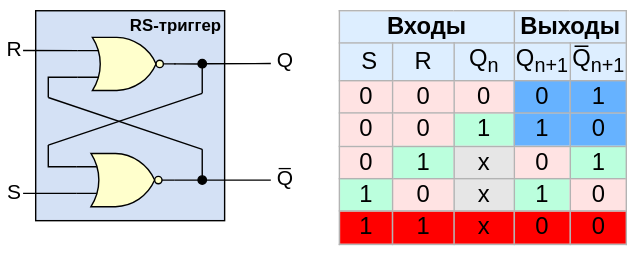
Earlier version of the draw.io export .pic/Introduction/Sequential logic/fig_03.drawio.svg (MPSU/APS). Source tidied: cells renumbered, new cells last; positions are measured from the earlier drawing's top-left corner, leaving out a move shared by most shapes.
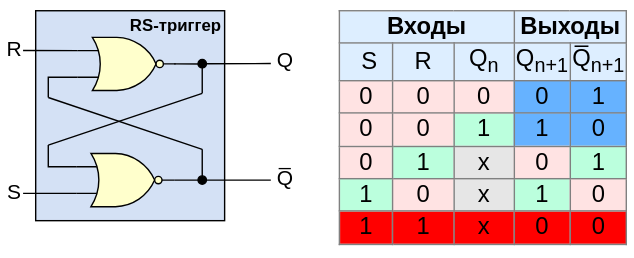
Above is the later version.

The edit, as a diff of the source:
```diff
@@ -79,7 +79,7 @@
     <mxCell id="18" value="R" style="text;html=1;strokeColor=none;fillColor=none;align=center;verticalAlign=middle;whiteSpace=wrap;rounded=0;fontSize=15;spacingTop=-5;" parent="1" vertex="1">
       <mxGeometry y="28" width="20" height="17" as="geometry" />
     </mxCell>
-    <mxCell id="19" value="&lt;table border=&quot;1&quot; class=&quot;wikitable&quot; style=&quot;text-align: center; font-size: 17px; border: 1px solid rgb(179, 179, 179); border-collapse: collapse;&quot; id=&quot;mwAjk&quot;&gt;&lt;tbody id=&quot;mwAjs&quot;&gt;&lt;tr style=&quot;background:#def;&quot; id=&quot;mwAjw&quot;&gt;&lt;td colspan=&quot;3&quot;&gt;&lt;b&gt;Входы&lt;/b&gt;&lt;/td&gt;&lt;td colspan=&quot;2&quot; id=&quot;mwAj8&quot;&gt;&lt;b id=&quot;mwAkA&quot;&gt;&lt;font style=&quot;font-size: 17px;&quot;&gt;Выходы&lt;/font&gt;&lt;/b&gt;&lt;/td&gt;&lt;/tr&gt;&lt;tr style=&quot;background:#def;&quot; id=&quot;mwAkE&quot;&gt;&lt;td&gt;&amp;nbsp; &amp;nbsp;S&amp;nbsp;&amp;nbsp;&lt;/td&gt;&lt;td id=&quot;mwAkI&quot;&gt;&lt;font style=&quot;font-size: 17px;&quot;&gt;&amp;nbsp; &amp;nbsp;R&amp;nbsp; &amp;nbsp;&lt;/font&gt;&lt;/td&gt;&lt;td id=&quot;mwAkM&quot;&gt;&lt;font style=&quot;font-size: 17px;&quot;&gt;&amp;nbsp; Q&lt;sub&gt;n&lt;/sub&gt;&amp;nbsp;&amp;nbsp;&lt;/font&gt;&lt;/td&gt;&lt;td id=&quot;mwAkQ&quot;&gt;Q&lt;sub&gt;n+1&lt;/sub&gt;&lt;br&gt;&lt;/td&gt;&lt;td id=&quot;mwAkU&quot;&gt;Q̅&lt;sub&gt;n+1&lt;/sub&gt;&lt;br&gt;&lt;/td&gt;&lt;/tr&gt;&lt;tr id=&quot;mwAko&quot;&gt;&lt;td style=&quot;background-color: rgb(255, 227, 227);&quot;&gt;0&lt;/td&gt;&lt;td style=&quot;background-color: rgb(255, 227, 227);&quot; id=&quot;mwAks&quot;&gt;&lt;font style=&quot;font-size: 17px;&quot;&gt;0&lt;/font&gt;&lt;/td&gt;&lt;td style=&quot;background-color: rgb(255, 227, 227);&quot; id=&quot;mwAkw&quot;&gt;&lt;font style=&quot;font-size: 17px;&quot;&gt;0&lt;/font&gt;&lt;/td&gt;&lt;td style=&quot;background: rgb(102, 178, 255); color: black; vertical-align: middle; text-align: center;&quot; class=&quot;table-no2&quot; data-mw=&quot;{&amp;quot;parts&amp;quot;:[&amp;quot;|| &amp;quot;,{&amp;quot;template&amp;quot;:{&amp;quot;target&amp;quot;:{&amp;quot;wt&amp;quot;:&amp;quot;no2&amp;quot;,&amp;quot;href&amp;quot;:&amp;quot;./Template:No2&amp;quot;},&amp;quot;params&amp;quot;:{&amp;quot;1&amp;quot;:{&amp;quot;wt&amp;quot;:&amp;quot;0&amp;quot;}},&amp;quot;i&amp;quot;:0}},&amp;quot; &amp;quot;]}&quot; id=&quot;mwASM&quot;&gt;&lt;font style=&quot;font-size: 17px;&quot;&gt;0&lt;/font&gt;&lt;/td&gt;&lt;td style=&quot;background: rgb(102, 178, 255); color: black; vertical-align: middle; text-align: center;&quot; class=&quot;table-yes2&quot; data-mw=&quot;{&amp;quot;parts&amp;quot;:[&amp;quot;|| &amp;quot;,{&amp;quot;template&amp;quot;:{&amp;quot;target&amp;quot;:{&amp;quot;wt&amp;quot;:&amp;quot;yes2&amp;quot;,&amp;quot;href&amp;quot;:&amp;quot;./Template:Yes2&amp;quot;},&amp;quot;params&amp;quot;:{&amp;quot;1&amp;quot;:{&amp;quot;wt&amp;quot;:&amp;quot;1&amp;quot;}},&amp;quot;i&amp;quot;:0}},&amp;quot; &amp;quot;]}&quot; id=&quot;mwASc&quot;&gt;&lt;font style=&quot;font-size: 17px;&quot;&gt;1&lt;/font&gt;&lt;/td&gt;&lt;/tr&gt;&lt;tr id=&quot;mwAlM&quot;&gt;&lt;td style=&quot;background-color: rgb(255, 227, 227);&quot;&gt;0&lt;/td&gt;&lt;td style=&quot;background-color: rgb(255, 227, 227);&quot; id=&quot;mwAlQ&quot;&gt;&lt;font style=&quot;font-size: 17px;&quot;&gt;0&lt;/font&gt;&lt;/td&gt;&lt;td style=&quot;background-color: rgb(187, 255, 221);&quot; id=&quot;mwAlU&quot;&gt;&lt;font style=&quot;font-size: 17px;&quot;&gt;1&lt;/font&gt;&lt;/td&gt;&lt;td style=&quot;background: rgb(102, 178, 255); color: black; vertical-align: middle; text-align: center;&quot; class=&quot;table-no2&quot; data-mw=&quot;{&amp;quot;parts&amp;quot;:[&amp;quot;|| &amp;quot;,{&amp;quot;template&amp;quot;:{&amp;quot;target&amp;quot;:{&amp;quot;wt&amp;quot;:&amp;quot;no2&amp;quot;,&amp;quot;href&amp;quot;:&amp;quot;./Template:No2&amp;quot;},&amp;quot;params&amp;quot;:{&amp;quot;1&amp;quot;:{&amp;quot;wt&amp;quot;:&amp;quot;0&amp;quot;}},&amp;quot;i&amp;quot;:0}},&amp;quot; &amp;quot;]}&quot; id=&quot;mwASM&quot;&gt;1&lt;/td&gt;&lt;td style=&quot;background: rgb(102, 178, 255); color: black; vertical-align: middle; text-align: center;&quot; class=&quot;table-yes2&quot; data-mw=&quot;{&amp;quot;parts&amp;quot;:[&amp;quot;|| &amp;quot;,{&amp;quot;template&amp;quot;:{&amp;quot;target&amp;quot;:{&amp;quot;wt&amp;quot;:&amp;quot;yes2&amp;quot;,&amp;quot;href&amp;quot;:&amp;quot;./Template:Yes2&amp;quot;},&amp;quot;params&amp;quot;:{&amp;quot;1&amp;quot;:{&amp;quot;wt&amp;quot;:&amp;quot;1&amp;quot;}},&amp;quot;i&amp;quot;:0}},&amp;quot; &amp;quot;]}&quot; id=&quot;mwASc&quot;&gt;&lt;font style=&quot;font-size: 17px;&quot;&gt;0&lt;/font&gt;&lt;/td&gt;&lt;/tr&gt;&lt;tr id=&quot;mwAlw&quot;&gt;&lt;td style=&quot;background-color: rgb(255, 227, 227);&quot;&gt;0&lt;/td&gt;&lt;td style=&quot;background-color: rgb(187, 255, 221);&quot; id=&quot;mwAl0&quot;&gt;&lt;font style=&quot;font-size: 17px;&quot;&gt;1&lt;/font&gt;&lt;/td&gt;&lt;td style=&quot;background-color: rgb(230, 230, 230);&quot; id=&quot;mwAl4&quot;&gt;x&lt;/td&gt;&lt;td style=&quot;background: #FFE3E3; color: black; vertical-align: middle; text-align: center;&quot; class=&quot;table-no2&quot; data-mw=&quot;{&amp;quot;parts&amp;quot;:[&amp;quot;|| &amp;quot;,{&amp;quot;template&amp;quot;:{&amp;quot;target&amp;quot;:{&amp;quot;wt&amp;quot;:&amp;quot;no2&amp;quot;,&amp;quot;href&amp;quot;:&amp;quot;./Template:No2&amp;quot;},&amp;quot;params&amp;quot;:{&amp;quot;1&amp;quot;:{&amp;quot;wt&amp;quot;:&amp;quot;0&amp;quot;}},&amp;quot;i&amp;quot;:0}},&amp;quot; &amp;quot;]}&quot; id=&quot;mwASM&quot;&gt;&lt;font style=&quot;font-size: 17px;&quot;&gt;0&lt;/font&gt;&lt;/td&gt;&lt;td style=&quot;background:#bfd; color:black; vertical-align:middle; text-align:center;&quot; class=&quot;table-yes2&quot; data-mw=&quot;{&amp;quot;parts&amp;quot;:[&amp;quot;|| &amp;quot;,{&amp;quot;template&amp;quot;:{&amp;quot;target&amp;quot;:{&amp;quot;wt&amp;quot;:&amp;quot;yes2&amp;quot;,&amp;quot;href&amp;quot;:&amp;quot;./Template:Yes2&amp;quot;},&amp;quot;params&amp;quot;:{&amp;quot;1&amp;quot;:{&amp;quot;wt&amp;quot;:&amp;quot;1&amp;quot;}},&amp;quot;i&amp;quot;:0}},&amp;quot; &amp;quot;]}&quot; id=&quot;mwASc&quot;&gt;&lt;font style=&quot;font-size: 17px;&quot;&gt;1&lt;/font&gt;&lt;/td&gt;&lt;/tr&gt;&lt;tr id=&quot;mwAmU&quot;&gt;&lt;td style=&quot;background-color: rgb(187, 255, 221);&quot;&gt;1&lt;/td&gt;&lt;td style=&quot;background-color: rgb(255, 227, 227);&quot; id=&quot;mwAmY&quot;&gt;&lt;font style=&quot;font-size: 17px;&quot;&gt;0&lt;/font&gt;&lt;/td&gt;&lt;td style=&quot;background-color: rgb(230, 230, 230);&quot; id=&quot;mwAmc&quot;&gt;&lt;font style=&quot;font-size: 17px;&quot;&gt;x&lt;/font&gt;&lt;/td&gt;&lt;td style=&quot;background:#bfd; color:black; vertical-align:middle; text-align:center;&quot; class=&quot;table-yes2&quot; data-mw=&quot;{&amp;quot;parts&amp;quot;:[&amp;quot;|| &amp;quot;,{&amp;quot;template&amp;quot;:{&amp;quot;target&amp;quot;:{&amp;quot;wt&amp;quot;:&amp;quot;yes2&amp;quot;,&amp;quot;href&amp;quot;:&amp;quot;./Template:Yes2&amp;quot;},&amp;quot;params&amp;quot;:{&amp;quot;1&amp;quot;:{&amp;quot;wt&amp;quot;:&amp;quot;1&amp;quot;}},&amp;quot;i&amp;quot;:0}},&amp;quot; &amp;quot;]}&quot; id=&quot;mwASc&quot;&gt;&lt;font style=&quot;font-size: 17px;&quot;&gt;1&lt;/font&gt;&lt;/td&gt;&lt;td style=&quot;background: #FFE3E3; color: black; vertical-align: middle; text-align: center;&quot; class=&quot;table-no2&quot; data-mw=&quot;{&amp;quot;parts&amp;quot;:[&amp;quot;|| &amp;quot;,{&amp;quot;template&amp;quot;:{&amp;quot;target&amp;quot;:{&amp;quot;wt&amp;quot;:&amp;quot;no2&amp;quot;,&amp;quot;href&amp;quot;:&amp;quot;./Template:No2&amp;quot;},&amp;quot;params&amp;quot;:{&amp;quot;1&amp;quot;:{&amp;quot;wt&amp;quot;:&amp;quot;0&amp;quot;}},&amp;quot;i&amp;quot;:0}},&amp;quot; &amp;quot;]}&quot; id=&quot;mwASM&quot;&gt;&lt;font style=&quot;font-size: 17px;&quot;&gt;0&lt;/font&gt;&lt;/td&gt;&lt;/tr&gt;&lt;tr&gt;&lt;td style=&quot;background-color: rgb(255, 0, 0);&quot;&gt;1&lt;/td&gt;&lt;td style=&quot;background-color: rgb(255, 0, 0);&quot;&gt;1&lt;/td&gt;&lt;td style=&quot;background-color: rgb(255, 0, 0);&quot;&gt;x&lt;/td&gt;&lt;td style=&quot;background-color: rgb(255, 0, 0);&quot;&gt;0&lt;/td&gt;&lt;td style=&quot;background-color: rgb(255, 0, 0);&quot;&gt;0&lt;/td&gt;&lt;/tr&gt;&lt;/tbody&gt;&lt;/table&gt;" style="text;whiteSpace=wrap;html=1;" parent="1" vertex="1">
+    <mxCell id="19" value="&lt;table border=&quot;1&quot; class=&quot;wikitable&quot; style=&quot;text-align: center; font-size: 17px; border: 1px solid rgb(128, 128, 128); border-collapse: collapse;&quot; id=&quot;mwAjk&quot;&gt;&lt;tbody id=&quot;mwAjs&quot;&gt;&lt;tr style=&quot;background:#def;&quot; id=&quot;mwAjw&quot;&gt;&lt;td colspan=&quot;3&quot; style=&quot;border: 1px solid rgb(128, 128, 128);&quot;&gt;&lt;b&gt;Входы&lt;/b&gt;&lt;/td&gt;&lt;td colspan=&quot;2&quot; id=&quot;mwAj8&quot; style=&quot;border: 1px solid rgb(128, 128, 128);&quot;&gt;&lt;b id=&quot;mwAkA&quot;&gt;&lt;font style=&quot;font-size: 17px;&quot;&gt;Выходы&lt;/font&gt;&lt;/b&gt;&lt;/td&gt;&lt;/tr&gt;&lt;tr style=&quot;background:#def;&quot; id=&quot;mwAkE&quot;&gt;&lt;td style=&quot;border: 1px solid rgb(128, 128, 128);&quot;&gt;&amp;nbsp; &amp;nbsp;S&amp;nbsp;&amp;nbsp;&lt;/td&gt;&lt;td id=&quot;mwAkI&quot; style=&quot;border: 1px solid rgb(128, 128, 128);&quot;&gt;&lt;font style=&quot;font-size: 17px;&quot;&gt;&amp;nbsp; &amp;nbsp;R&amp;nbsp; &amp;nbsp;&lt;/font&gt;&lt;/td&gt;&lt;td id=&quot;mwAkM&quot; style=&quot;border: 1px solid rgb(128, 128, 128);&quot;&gt;&lt;font style=&quot;font-size: 17px;&quot;&gt;&amp;nbsp; Q&lt;sub&gt;n&lt;/sub&gt;&amp;nbsp;&amp;nbsp;&lt;/font&gt;&lt;/td&gt;&lt;td id=&quot;mwAkQ&quot; style=&quot;border: 1px solid rgb(128, 128, 128);&quot;&gt;Q&lt;sub&gt;n+1&lt;/sub&gt;&lt;br&gt;&lt;/td&gt;&lt;td id=&quot;mwAkU&quot; style=&quot;border: 1px solid rgb(128, 128, 128);&quot;&gt;Q̅&lt;sub&gt;n+1&lt;/sub&gt;&lt;br&gt;&lt;/td&gt;&lt;/tr&gt;&lt;tr id=&quot;mwAko&quot;&gt;&lt;td style=&quot;background-color: rgb(255, 227, 227); border: 1px solid rgb(128, 128, 128);&quot;&gt;0&lt;/td&gt;&lt;td style=&quot;background-color: rgb(255, 227, 227); border: 1px solid rgb(128, 128, 128);&quot; id=&quot;mwAks&quot;&gt;&lt;font style=&quot;font-size: 17px;&quot;&gt;0&lt;/font&gt;&lt;/td&gt;&lt;td style=&quot;background-color: rgb(255, 227, 227); border: 1px solid rgb(128, 128, 128);&quot; id=&quot;mwAkw&quot;&gt;&lt;font style=&quot;font-size: 17px;&quot;&gt;0&lt;/font&gt;&lt;/td&gt;&lt;td style=&quot;background: rgb(102, 178, 255); color: black; vertical-align: middle; text-align: center; border: 1px solid rgb(128, 128, 128);&quot; class=&quot;table-no2&quot; data-mw=&quot;{&amp;quot;parts&amp;quot;:[&amp;quot;|| &amp;quot;,{&amp;quot;template&amp;quot;:{&amp;quot;target&amp;quot;:{&amp;quot;wt&amp;quot;:&amp;quot;no2&amp;quot;,&amp;quot;href&amp;quot;:&amp;quot;./Template:No2&amp;quot;},&amp;quot;params&amp;quot;:{&amp;quot;1&amp;quot;:{&amp;quot;wt&amp;quot;:&amp;quot;0&amp;quot;}},&amp;quot;i&amp;quot;:0}},&amp;quot; &amp;quot;]}&quot; id=&quot;mwASM&quot;&gt;&lt;font style=&quot;font-size: 17px;&quot;&gt;0&lt;/font&gt;&lt;/td&gt;&lt;td style=&quot;background: rgb(102, 178, 255); color: black; vertical-align: middle; text-align: center; border: 1px solid rgb(128, 128, 128);&quot; class=&quot;table-yes2&quot; data-mw=&quot;{&amp;quot;parts&amp;quot;:[&amp;quot;|| &amp;quot;,{&amp;quot;template&amp;quot;:{&amp;quot;target&amp;quot;:{&amp;quot;wt&amp;quot;:&amp;quot;yes2&amp;quot;,&amp;quot;href&amp;quot;:&amp;quot;./Template:Yes2&amp;quot;},&amp;quot;params&amp;quot;:{&amp;quot;1&amp;quot;:{&amp;quot;wt&amp;quot;:&amp;quot;1&amp;quot;}},&amp;quot;i&amp;quot;:0}},&amp;quot; &amp;quot;]}&quot; id=&quot;mwASc&quot;&gt;&lt;font style=&quot;font-size: 17px;&quot;&gt;1&lt;/font&gt;&lt;/td&gt;&lt;/tr&gt;&lt;tr id=&quot;mwAlM&quot;&gt;&lt;td style=&quot;background-color: rgb(255, 227, 227); border: 1px solid rgb(128, 128, 128);&quot;&gt;0&lt;/td&gt;&lt;td style=&quot;background-color: rgb(255, 227, 227); border: 1px solid rgb(128, 128, 128);&quot; id=&quot;mwAlQ&quot;&gt;&lt;font style=&quot;font-size: 17px;&quot;&gt;0&lt;/font&gt;&lt;/td&gt;&lt;td style=&quot;background-color: rgb(187, 255, 221); border: 1px solid rgb(128, 128, 128);&quot; id=&quot;mwAlU&quot;&gt;&lt;font style=&quot;font-size: 17px;&quot;&gt;1&lt;/font&gt;&lt;/td&gt;&lt;td style=&quot;background: rgb(102, 178, 255); color: black; vertical-align: middle; text-align: center; border: 1px solid rgb(128, 128, 128);&quot; class=&quot;table-no2&quot; data-mw=&quot;{&amp;quot;parts&amp;quot;:[&amp;quot;|| &amp;quot;,{&amp;quot;template&amp;quot;:{&amp;quot;target&amp;quot;:{&amp;quot;wt&amp;quot;:&amp;quot;no2&amp;quot;,&amp;quot;href&amp;quot;:&amp;quot;./Template:No2&amp;quot;},&amp;quot;params&amp;quot;:{&amp;quot;1&amp;quot;:{&amp;quot;wt&amp;quot;:&amp;quot;0&amp;quot;}},&amp;quot;i&amp;quot;:0}},&amp;quot; &amp;quot;]}&quot; id=&quot;mwASM&quot;&gt;1&lt;/td&gt;&lt;td style=&quot;background: rgb(102, 178, 255); color: black; vertical-align: middle; text-align: center; border: 1px solid rgb(128, 128, 128);&quot; class=&quot;table-yes2&quot; data-mw=&quot;{&amp;quot;parts&amp;quot;:[&amp;quot;|| &amp;quot;,{&amp;quot;template&amp;quot;:{&amp;quot;target&amp;quot;:{&amp;quot;wt&amp;quot;:&amp;quot;yes2&amp;quot;,&amp;quot;href&amp;quot;:&amp;quot;./Template:Yes2&amp;quot;},&amp;quot;params&amp;quot;:{&amp;quot;1&amp;quot;:{&amp;quot;wt&amp;quot;:&amp;quot;1&amp;quot;}},&amp;quot;i&amp;quot;:0}},&amp;quot; &amp;quot;]}&quot; id=&quot;mwASc&quot;&gt;&lt;font style=&quot;font-size: 17px;&quot;&gt;0&lt;/font&gt;&lt;/td&gt;&lt;/tr&gt;&lt;tr id=&quot;mwAlw&quot;&gt;&lt;td style=&quot;background-color: rgb(255, 227, 227); border: 1px solid rgb(128, 128, 128);&quot;&gt;0&lt;/td&gt;&lt;td style=&quot;background-color: rgb(187, 255, 221); border: 1px solid rgb(128, 128, 128);&quot; id=&quot;mwAl0&quot;&gt;&lt;font style=&quot;font-size: 17px;&quot;&gt;1&lt;/font&gt;&lt;/td&gt;&lt;td style=&quot;background-color: rgb(230, 230, 230); border: 1px solid rgb(128, 128, 128);&quot; id=&quot;mwAl4&quot;&gt;x&lt;/td&gt;&lt;td style=&quot;background: #FFE3E3; color: black; vertical-align: middle; text-align: center; border: 1px solid rgb(128, 128, 128);&quot; class=&quot;table-no2&quot; data-mw=&quot;{&amp;quot;parts&amp;quot;:[&amp;quot;|| &amp;quot;,{&amp;quot;template&amp;quot;:{&amp;quot;target&amp;quot;:{&amp;quot;wt&amp;quot;:&amp;quot;no2&amp;quot;,&amp;quot;href&amp;quot;:&amp;quot;./Template:No2&amp;quot;},&amp;quot;params&amp;quot;:{&amp;quot;1&amp;quot;:{&amp;quot;wt&amp;quot;:&amp;quot;0&amp;quot;}},&amp;quot;i&amp;quot;:0}},&amp;quot; &amp;quot;]}&quot; id=&quot;mwASM&quot;&gt;&lt;font style=&quot;font-size: 17px;&quot;&gt;0&lt;/font&gt;&lt;/td&gt;&lt;td style=&quot;background:#bfd; color:black; vertical-align:middle; text-align:center; border: 1px solid rgb(128, 128, 128);&quot; class=&quot;table-yes2&quot; data-mw=&quot;{&amp;quot;parts&amp;quot;:[&amp;quot;|| &amp;quot;,{&amp;quot;template&amp;quot;:{&amp;quot;target&amp;quot;:{&amp;quot;wt&amp;quot;:&amp;quot;yes2&amp;quot;,&amp;quot;href&amp;quot;:&amp;quot;./Template:Yes2&amp;quot;},&amp;quot;params&amp;quot;:{&amp;quot;1&amp;quot;:{&amp;quot;wt&amp;quot;:&amp;quot;1&amp;quot;}},&amp;quot;i&amp;quot;:0}},&amp;quot; &amp;quot;]}&quot; id=&quot;mwASc&quot;&gt;&lt;font style=&quot;font-size: 17px;&quot;&gt;1&lt;/font&gt;&lt;/td&gt;&lt;/tr&gt;&lt;tr id=&quot;mwAmU&quot;&gt;&lt;td style=&quot;background-color: rgb(187, 255, 221); border: 1px solid rgb(128, 128, 128);&quot;&gt;1&lt;/td&gt;&lt;td style=&quot;background-color: rgb(255, 227, 227); border: 1px solid rgb(128, 128, 128);&quot; id=&quot;mwAmY&quot;&gt;&lt;font style=&quot;font-size: 17px;&quot;&gt;0&lt;/font&gt;&lt;/td&gt;&lt;td style=&quot;background-color: rgb(230, 230, 230); border: 1px solid rgb(128, 128, 128);&quot; id=&quot;mwAmc&quot;&gt;&lt;font style=&quot;font-size: 17px;&quot;&gt;x&lt;/font&gt;&lt;/td&gt;&lt;td style=&quot;background:#bfd; color:black; vertical-align:middle; text-align:center; border: 1px solid rgb(128, 128, 128);&quot; class=&quot;table-yes2&quot; data-mw=&quot;{&amp;quot;parts&amp;quot;:[&amp;quot;|| &amp;quot;,{&amp;quot;template&amp;quot;:{&amp;quot;target&amp;quot;:{&amp;quot;wt&amp;quot;:&amp;quot;yes2&amp;quot;,&amp;quot;href&amp;quot;:&amp;quot;./Template:Yes2&amp;quot;},&amp;quot;params&amp;quot;:{&amp;quot;1&amp;quot;:{&amp;quot;wt&amp;quot;:&amp;quot;1&amp;quot;}},&amp;quot;i&amp;quot;:0}},&amp;quot; &amp;quot;]}&quot; id=&quot;mwASc&quot;&gt;&lt;font style=&quot;font-size: 17px;&quot;&gt;1&lt;/font&gt;&lt;/td&gt;&lt;td style=&quot;background: #FFE3E3; color: black; vertical-align: middle; text-align: center; border: 1px solid rgb(128, 128, 128);&quot; class=&quot;table-no2&quot; data-mw=&quot;{&amp;quot;parts&amp;quot;:[&amp;quot;|| &amp;quot;,{&amp;quot;template&amp;quot;:{&amp;quot;target&amp;quot;:{&amp;quot;wt&amp;quot;:&amp;quot;no2&amp;quot;,&amp;quot;href&amp;quot;:&amp;quot;./Template:No2&amp;quot;},&amp;quot;params&amp;quot;:{&amp;quot;1&amp;quot;:{&amp;quot;wt&amp;quot;:&amp;quot;0&amp;quot;}},&amp;quot;i&amp;quot;:0}},&amp;quot; &amp;quot;]}&quot; id=&quot;mwASM&quot;&gt;&lt;font style=&quot;font-size: 17px;&quot;&gt;0&lt;/font&gt;&lt;/td&gt;&lt;/tr&gt;&lt;tr&gt;&lt;td style=&quot;background-color: rgb(255, 0, 0); border: 1px solid rgb(128, 128, 128);&quot;&gt;1&lt;/td&gt;&lt;td style=&quot;background-color: rgb(255, 0, 0); border: 1px solid rgb(128, 128, 128);&quot;&gt;1&lt;/td&gt;&lt;td style=&quot;background-color: rgb(255, 0, 0); border: 1px solid rgb(128, 128, 128);&quot;&gt;x&lt;/td&gt;&lt;td style=&quot;background-color: rgb(255, 0, 0); border: 1px solid rgb(128, 128, 128);&quot;&gt;0&lt;/td&gt;&lt;td style=&quot;background-color: rgb(255, 0, 0); border: 1px solid rgb(128, 128, 128);&quot;&gt;0&lt;/td&gt;&lt;/tr&gt;&lt;/tbody&gt;&lt;/table&gt;" style="text;whiteSpace=wrap;html=1;" parent="1" vertex="1">
       <mxGeometry x="240" width="213" height="184" as="geometry" />
     </mxCell>
   </root>
```
